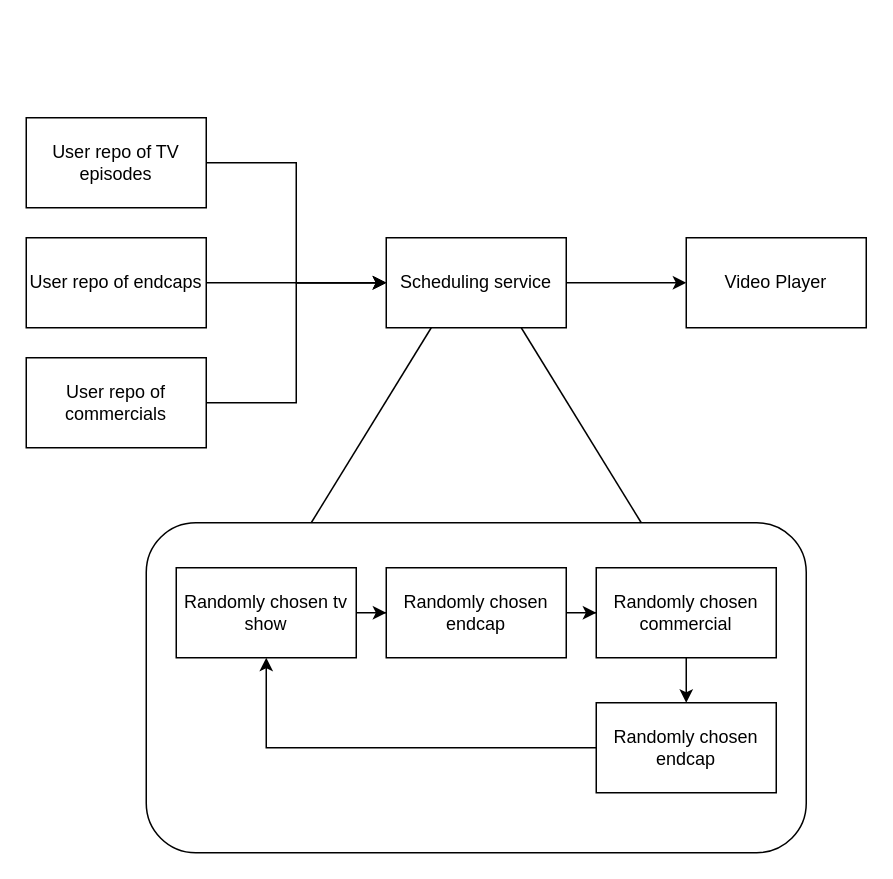
This is BasicOpenASArchitecture.drawio from filip-r-casey/open-as, a draw.io file, before an edit. Source tidied: cells renumbered, new cells numbered last; positions are measured from the earlier drawing's top-left corner, leaving out a move shared by most shapes. Both pictures are drawn from the tidied source at 150%, with x=0, y=0 at pixel (26, 117).
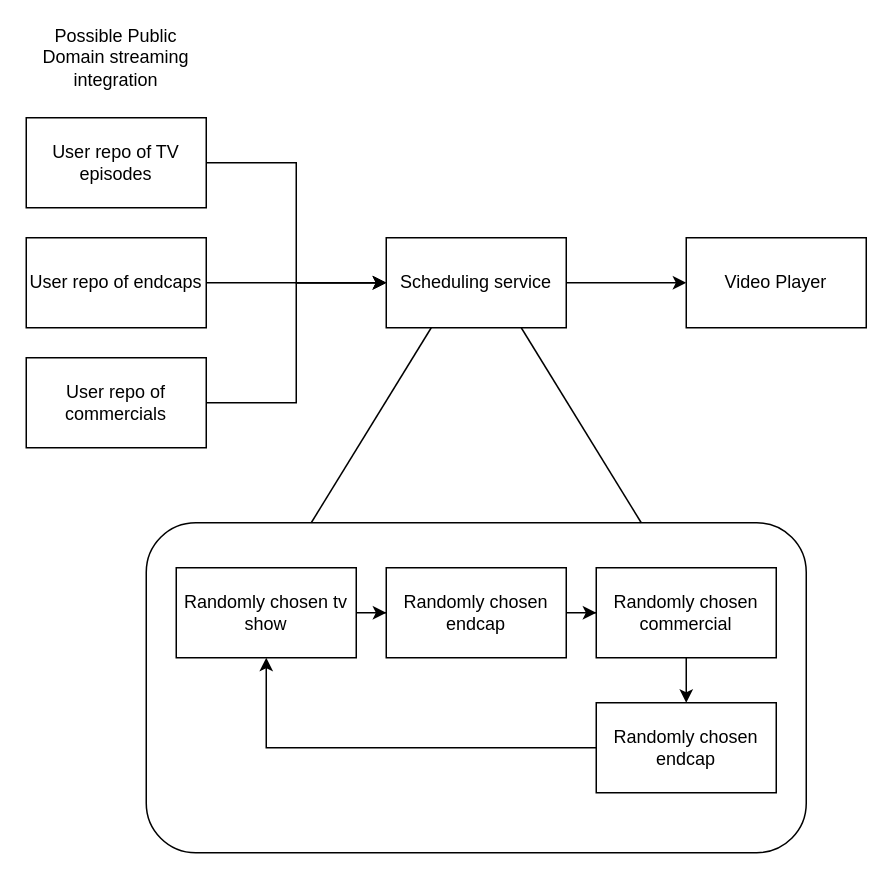
The same page after the edit.

Change to the diagram source:
```diff
@@
+    <mxCell id="22" value="Possible Public Domain streaming integration" style="text;html=1;strokeColor=none;fillColor=none;align=center;verticalAlign=middle;whiteSpace=wrap;rounded=0;" parent="1" vertex="1">
+      <mxGeometry y="-50" width="120" height="20" as="geometry" />
+    </mxCell>
```
